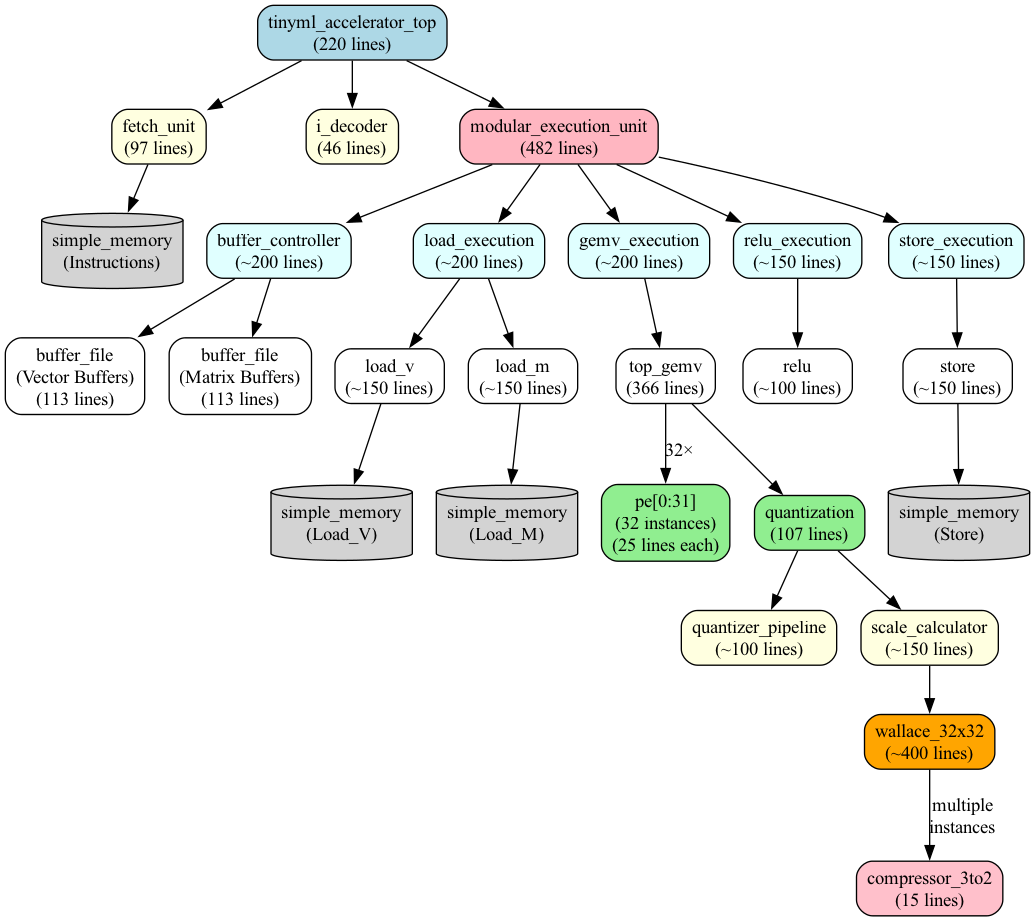
SayatAbdikul/tinyML_accelerator keeps this Graphviz diagram as docs/diagrams/module_hierarchy.png. Above is the earlier version. Its source is kept beside it as docs/diagrams/module_hierarchy.dot.
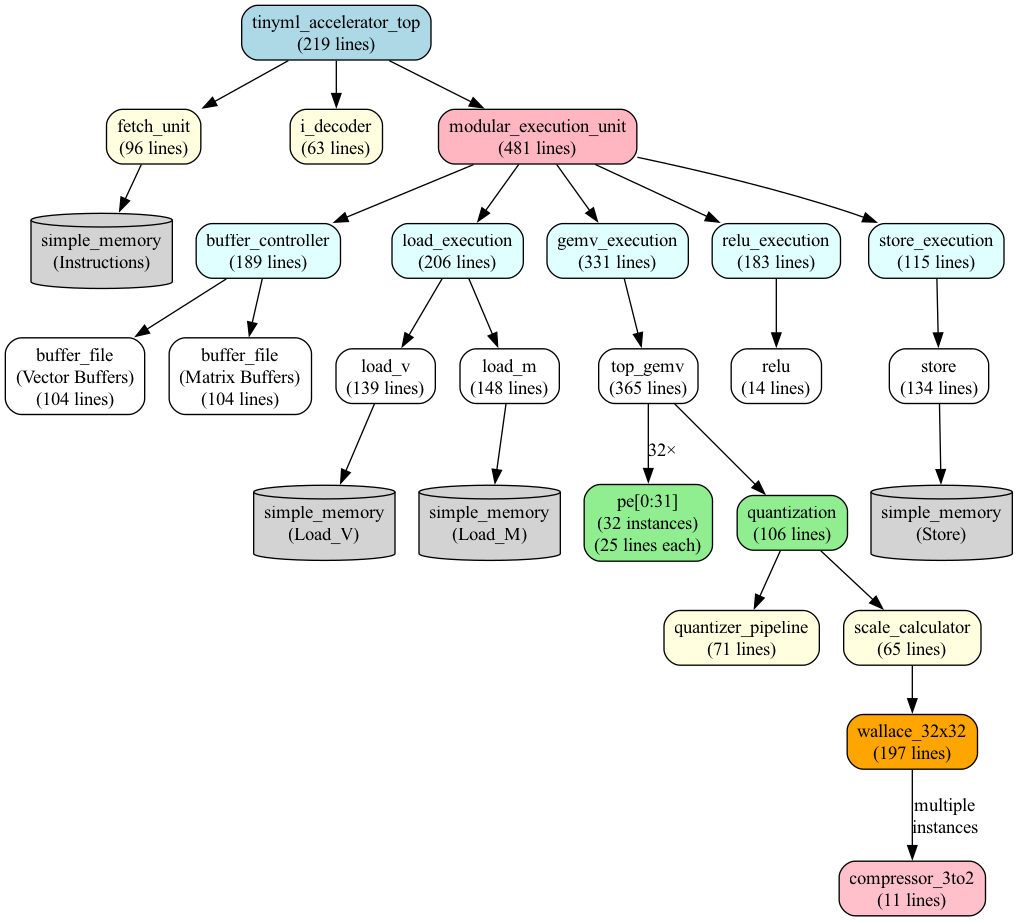
After the change.

Commit message:
Update documentation for memory and buffer changes

The edit, as a diff of the source:
```diff
@@ -3,44 +3,44 @@
     rankdir=TB;
     node [shape=box, style="rounded,filled"];
 
-    top [label="tinyml_accelerator_top\n(220 lines)", fillcolor=lightblue];
+    top [label="tinyml_accelerator_top\n(219 lines)", fillcolor=lightblue];
 
-    fetch [label="fetch_unit\n(97 lines)", fillcolor=lightyellow];
-    decoder [label="i_decoder\n(46 lines)", fillcolor=lightyellow];
-    exec [label="modular_execution_unit\n(482 lines)", fillcolor=lightpink];
+    fetch [label="fetch_unit\n(96 lines)", fillcolor=lightyellow];
+    decoder [label="i_decoder\n(63 lines)", fillcolor=lightyellow];
+    exec [label="modular_execution_unit\n(481 lines)", fillcolor=lightpink];
 
     mem_fetch [label="simple_memory\n(Instructions)", fillcolor=lightgray, shape=cylinder];
 
-    buf_ctrl [label="buffer_controller\n(~200 lines)", fillcolor=lightcyan];
-    load_exec [label="load_execution\n(~200 lines)", fillcolor=lightcyan];
-    gemv_exec [label="gemv_execution\n(~200 lines)", fillcolor=lightcyan];
-    relu_exec [label="relu_execution\n(~150 lines)", fillcolor=lightcyan];
-    store_exec [label="store_execution\n(~150 lines)", fillcolor=lightcyan];
+    buf_ctrl [label="buffer_controller\n(189 lines)", fillcolor=lightcyan];
+    load_exec [label="load_execution\n(206 lines)", fillcolor=lightcyan];
+    gemv_exec [label="gemv_execution\n(331 lines)", fillcolor=lightcyan];
+    relu_exec [label="relu_execution\n(183 lines)", fillcolor=lightcyan];
+    store_exec [label="store_execution\n(115 lines)", fillcolor=lightcyan];
 
-    buf_vec [label="buffer_file\n(Vector Buffers)\n(113 lines)", fillcolor=white];
-    buf_mat [label="buffer_file\n(Matrix Buffers)\n(113 lines)", fillcolor=white];
+    buf_vec [label="buffer_file\n(Vector Buffers)\n(104 lines)", fillcolor=white];
+    buf_mat [label="buffer_file\n(Matrix Buffers)\n(104 lines)", fillcolor=white];
 
-    load_v [label="load_v\n(~150 lines)", fillcolor=white];
-    load_m [label="load_m\n(~150 lines)", fillcolor=white];
+    load_v [label="load_v\n(139 lines)", fillcolor=white];
+    load_m [label="load_m\n(148 lines)", fillcolor=white];
     mem_loadv [label="simple_memory\n(Load_V)", fillcolor=lightgray, shape=cylinder];
     mem_loadm [label="simple_memory\n(Load_M)", fillcolor=lightgray, shape=cylinder];
 
-    top_gemv [label="top_gemv\n(366 lines)", fillcolor=white];
+    top_gemv [label="top_gemv\n(365 lines)", fillcolor=white];
 
-    relu [label="relu\n(~100 lines)", fillcolor=white];
+    relu [label="relu\n(14 lines)", fillcolor=white];
 
-    store [label="store\n(~150 lines)", fillcolor=white];
+    store [label="store\n(134 lines)", fillcolor=white];
     mem_store [label="simple_memory\n(Store)", fillcolor=lightgray, shape=cylinder];
 
     pe [label="pe[0:31]\n(32 instances)\n(25 lines each)", fillcolor=lightgreen];
-    quant [label="quantization\n(107 lines)", fillcolor=lightgreen];
+    quant [label="quantization\n(106 lines)", fillcolor=lightgreen];
 
-    quant_pipe [label="quantizer_pipeline\n(~100 lines)", fillcolor=lightyellow];
-    scale_calc [label="scale_calculator\n(~150 lines)", fillcolor=lightyellow];
+    quant_pipe [label="quantizer_pipeline\n(71 lines)", fillcolor=lightyellow];
+    scale_calc [label="scale_calculator\n(65 lines)", fillcolor=lightyellow];
 
-    wallace [label="wallace_32x32\n(~400 lines)", fillcolor=orange];
+    wallace [label="wallace_32x32\n(197 lines)", fillcolor=orange];
 
-    compressor [label="compressor_3to2\n(15 lines)", fillcolor=pink];
+    compressor [label="compressor_3to2\n(11 lines)", fillcolor=pink];
 
     top -> fetch;
     top -> decoder;
```
